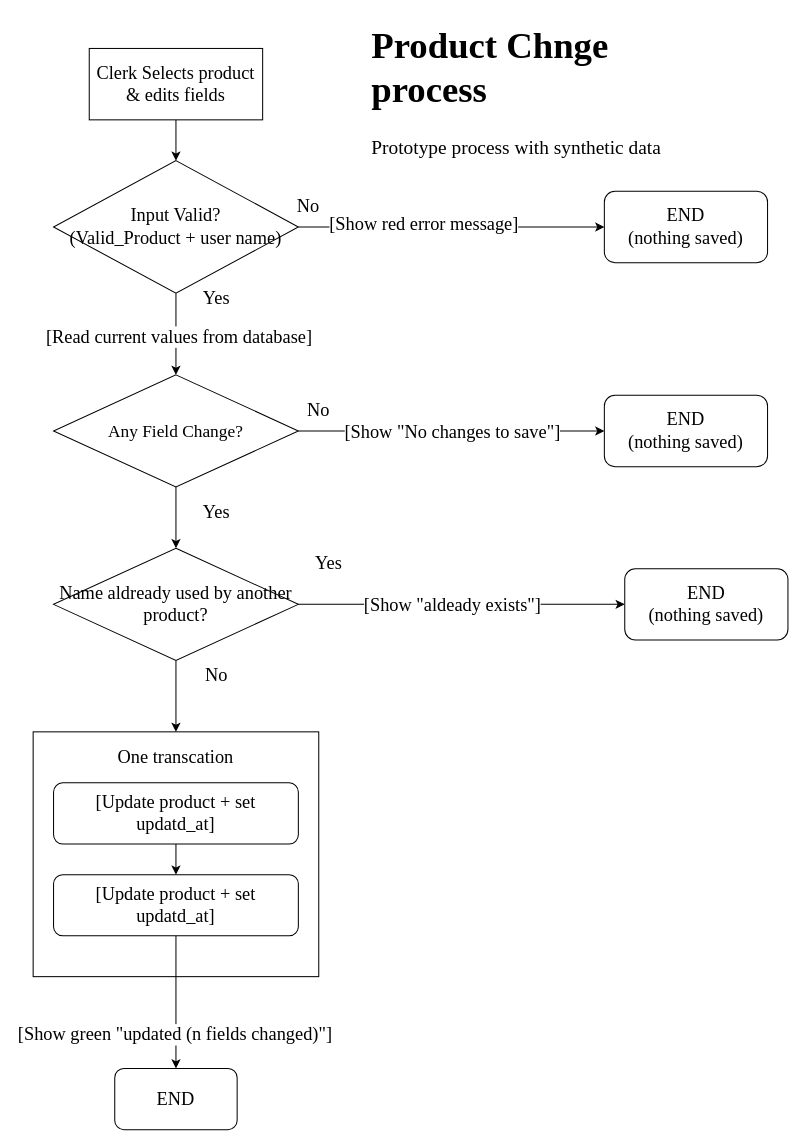
This is docs/Diagrams/Product_change_process.drawio from sai-sudharsan06/smart-warehouse-control-tower, a draw.io file, before an edit. Source tidied: cells renumbered, new cells numbered last; positions are measured from the earlier drawing's top-left corner, leaving out a move shared by most shapes. Both pictures are drawn from the tidied source at 102%, with x=0, y=0 at pixel (33, 17).
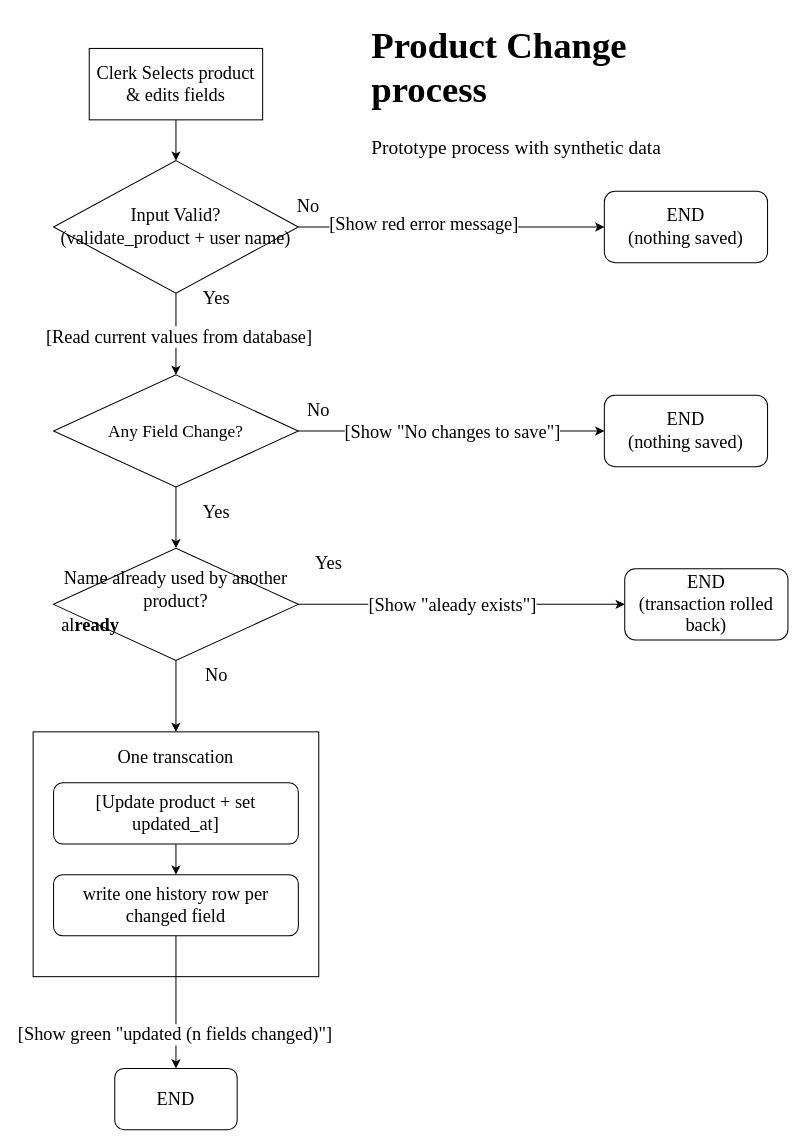
The same page after the edit.

Commit message (it also covers changes not shown here):
fix diagram, ignore drawio backups

Unchanged cells that the change refers to:
```xml
<mxCell id="19" style="edgeStyle=orthogonalEdgeStyle;rounded=0;jettySize=auto;html=1;entryX=0;entryY=0.5;entryDx=0;entryDy=0;defaultLabelBackgroundColor=page;labelPadding=0 4;" parent="1" edge="1" source="22" target="23">
  <mxGeometry relative="1" as="geometry" />
</mxCell>
```

Diff of the diagram source:
```diff
@@
-    <mxCell id="9" value="Input Valid?&lt;div&gt;(Valid_Product +&amp;nbsp;&lt;span style=&quot;text-decoration-line: inherit; background-color: transparent; color: light-dark(#000000, var(--ge-light-color, #ffffff));&quot;&gt;user name)&lt;/span&gt;&lt;/div&gt;" style="rhombus;whiteSpace=wrap;html=1;shapeInside=1;fontSize=18;fontFamily=Times New Roman;" parent="1" vertex="1">
+    <mxCell id="9" value="Input Valid?&lt;div&gt;(validate_product +&amp;nbsp;&lt;span style=&quot;text-decoration-line: inherit; background-color: transparent; color: light-dark(#000000, var(--ge-light-color, #ffffff));&quot;&gt;user name)&lt;/span&gt;&lt;/div&gt;" style="rhombus;whiteSpace=wrap;html=1;shapeInside=1;fontSize=18;fontFamily=Times New Roman;" parent="1" vertex="1">
       <mxGeometry x="20" y="140" width="240" height="130" as="geometry" />
     </mxCell>
@@
-    <mxCell id="20" value="[Show &quot;aldeady exists&quot;]" style="edgeLabel;html=1;align=center;verticalAlign=middle;inheritText=fontColor,fontStyle,textOpacity,labelBorderColor,labelBorderWidth,labelBackgroundColor,defaultLabelBackgroundColor,labelPadding;defaultLabelBackgroundColor=page;labelPadding=0 4;fontSize=18;fontFamily=Times New Roman;" parent="19" vertex="1">
+    <mxCell id="20" value="[Show &quot;aleady exists&quot;]" style="edgeLabel;html=1;align=center;verticalAlign=middle;inheritText=fontColor,fontStyle,textOpacity,labelBorderColor,labelBorderWidth,labelBackgroundColor,defaultLabelBackgroundColor,labelPadding;defaultLabelBackgroundColor=page;labelPadding=0 4;fontSize=18;fontFamily=Times New Roman;" parent="19" vertex="1">
       <mxGeometry x="0.01" y="2" relative="1" as="geometry">
         <mxPoint x="-12" y="2" as="offset" />
       </mxGeometry>
     </mxCell>
@@
-    <mxCell id="22" value="Name aldready used by another product?" style="rhombus;whiteSpace=wrap;html=1;shapeInside=1;fontSize=18;fontFamily=Times New Roman;" parent="1" vertex="1">
+    <mxCell id="22" value="&lt;div&gt;&lt;/div&gt;Name already used by another product?&lt;table&gt;&lt;tbody&gt;&lt;tr&gt;&lt;td&gt;&lt;strong&gt;&lt;/strong&gt;&lt;/td&gt;&lt;td&gt;al&lt;strong&gt;ready&lt;/strong&gt;&lt;/td&gt;&lt;/tr&gt;&lt;/tbody&gt;&lt;/table&gt;" style="rhombus;whiteSpace=wrap;html=1;shapeInside=1;fontSize=18;fontFamily=Times New Roman;" parent="1" vertex="1">
       <mxGeometry x="20" y="520" width="240" height="110" as="geometry" />
     </mxCell>
-    <mxCell id="23" value="&lt;font face=&quot;Times New Roman&quot; style=&quot;font-size: 18px;&quot;&gt;END&lt;/font&gt;&lt;div&gt;&lt;font face=&quot;Times New Roman&quot; style=&quot;font-size: 18px;&quot;&gt;(nothing saved)&lt;/font&gt;&lt;/div&gt;" style="rounded=1;whiteSpace=wrap;html=1;roundedPerimeter=1;" parent="1" vertex="1">
+    <mxCell id="23" value="&lt;font face=&quot;Times New Roman&quot; style=&quot;font-size: 18px;&quot;&gt;END&lt;/font&gt;&lt;div&gt;&lt;font face=&quot;Times New Roman&quot; style=&quot;font-size: 18px;&quot;&gt;(transaction rolled back)&lt;/font&gt;&lt;/div&gt;" style="rounded=1;whiteSpace=wrap;html=1;roundedPerimeter=1;" parent="1" vertex="1">
       <mxGeometry x="580" y="540" width="160" height="70" as="geometry" />
     </mxCell>
@@
-    <mxCell id="28" value="[Update product + set updatd_at]" style="rounded=1;whiteSpace=wrap;html=1;roundedPerimeter=1;fontFamily=Times New Roman;fontSize=18;" parent="1" vertex="1">
+    <mxCell id="28" value="[Update product + set updated_at]" style="rounded=1;whiteSpace=wrap;html=1;roundedPerimeter=1;fontFamily=Times New Roman;fontSize=18;" parent="1" vertex="1">
       <mxGeometry x="20" y="750" width="240" height="60" as="geometry" />
     </mxCell>
@@
-    <mxCell id="31" value="[Update product + set updatd_at]" style="rounded=1;whiteSpace=wrap;html=1;roundedPerimeter=1;fontFamily=Times New Roman;fontSize=18;" parent="1" vertex="1">
+    <mxCell id="31" value="write one history row per changed field" style="rounded=1;whiteSpace=wrap;html=1;roundedPerimeter=1;fontFamily=Times New Roman;fontSize=18;" parent="1" vertex="1">
       <mxGeometry x="20" y="840" width="240" height="60" as="geometry" />
     </mxCell>
@@
-    <mxCell id="34" value="&lt;h1 style=&quot;margin-top: 0px;&quot;&gt;Product Chnge process&lt;/h1&gt;&lt;p&gt;&lt;font style=&quot;font-size: 19px;&quot;&gt;Prototype process with synthetic data&lt;/font&gt;&lt;/p&gt;" style="text;html=1;whiteSpace=wrap;overflow=hidden;rounded=0;fontSize=18;fontFamily=Times New Roman;" parent="1" vertex="1">
+    <mxCell id="34" value="&lt;h1 style=&quot;margin-top: 0px;&quot;&gt;Product Change process&lt;/h1&gt;&lt;p&gt;&lt;font style=&quot;font-size: 19px;&quot;&gt;Prototype process with synthetic data&lt;/font&gt;&lt;/p&gt;" style="text;html=1;whiteSpace=wrap;overflow=hidden;rounded=0;fontSize=18;fontFamily=Times New Roman;" parent="1" vertex="1">
       <mxGeometry x="330" width="340" height="160" as="geometry" />
     </mxCell>
```
